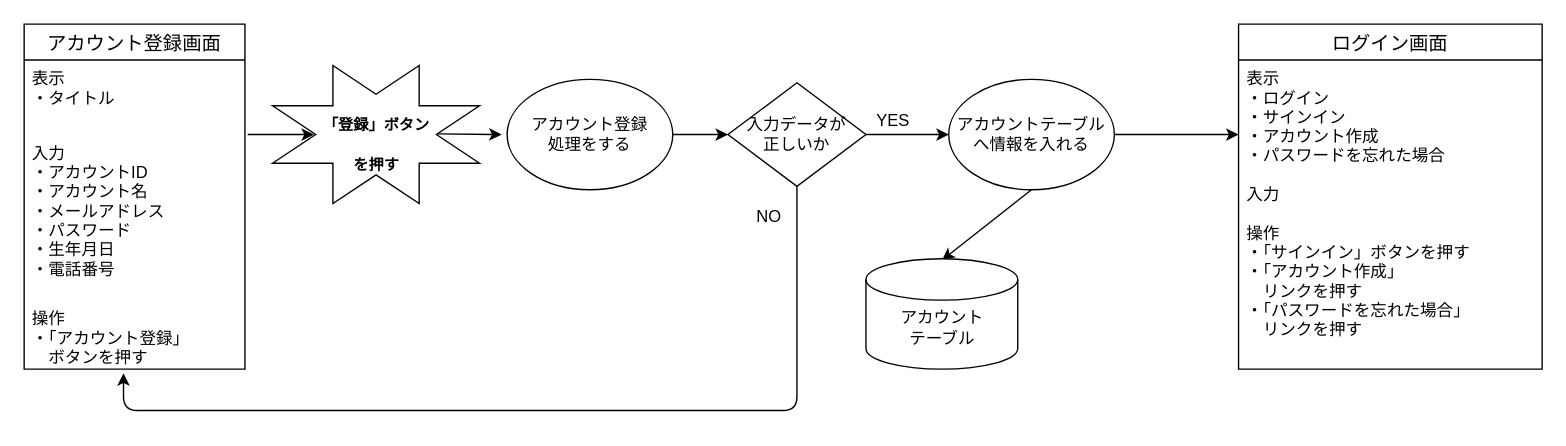
Before: 画面遷移図/登録画面.drawio in Ryusei44237/sotuken, a draw.io diagram. Source tidied: cells renumbered, new cells numbered last; positions are measured from the earlier drawing's top-left corner, leaving out a move shared by most shapes. Both pictures are drawn from the tidied source at 138%, with x=0, y=0 at pixel (23, 23).
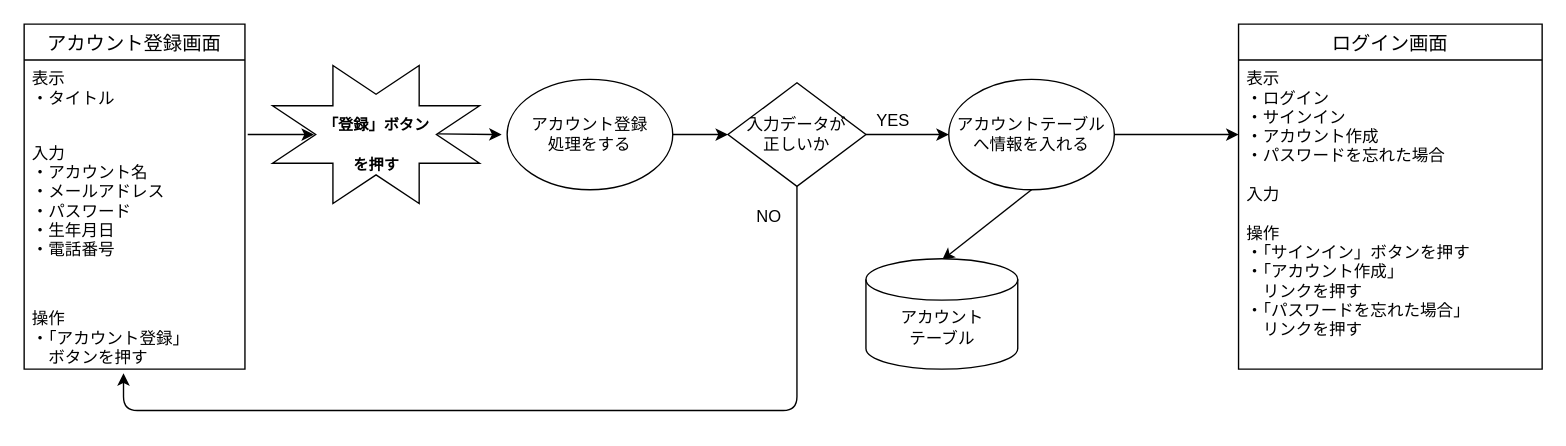
Above is the later version.

The change refers to these unchanged cells:
```xml
<mxCell id="8" value="アカウント登録画面" style="swimlane;fontStyle=0;horizontal=1;startSize=26;align=center;fontSize=14;strokeColor=#000000;strokeWidth=1;" parent="1" vertex="1">
  <mxGeometry width="160" height="250" as="geometry" />
</mxCell>
```

What changed in the source:
```diff
@@
-    <mxCell id="10" value="入力&#10;・アカウントID&#10;・アカウント名&#10;・メールアドレス&#10;・パスワード&#10;・生年月日&#10;・電話番号&#10;&#10;" style="text;strokeColor=none;fillColor=none;spacingLeft=4;spacingRight=4;overflow=hidden;fontSize=12;" parent="8" vertex="1">
+    <mxCell id="10" value="入力&#10;・アカウント名&#10;・メールアドレス&#10;・パスワード&#10;・生年月日&#10;・電話番号&#10;&#10;" style="text;strokeColor=none;fillColor=none;spacingLeft=4;spacingRight=4;overflow=hidden;fontSize=12;" parent="8" vertex="1">
       <mxGeometry y="80" width="160" height="120" as="geometry" />
     </mxCell>
```
